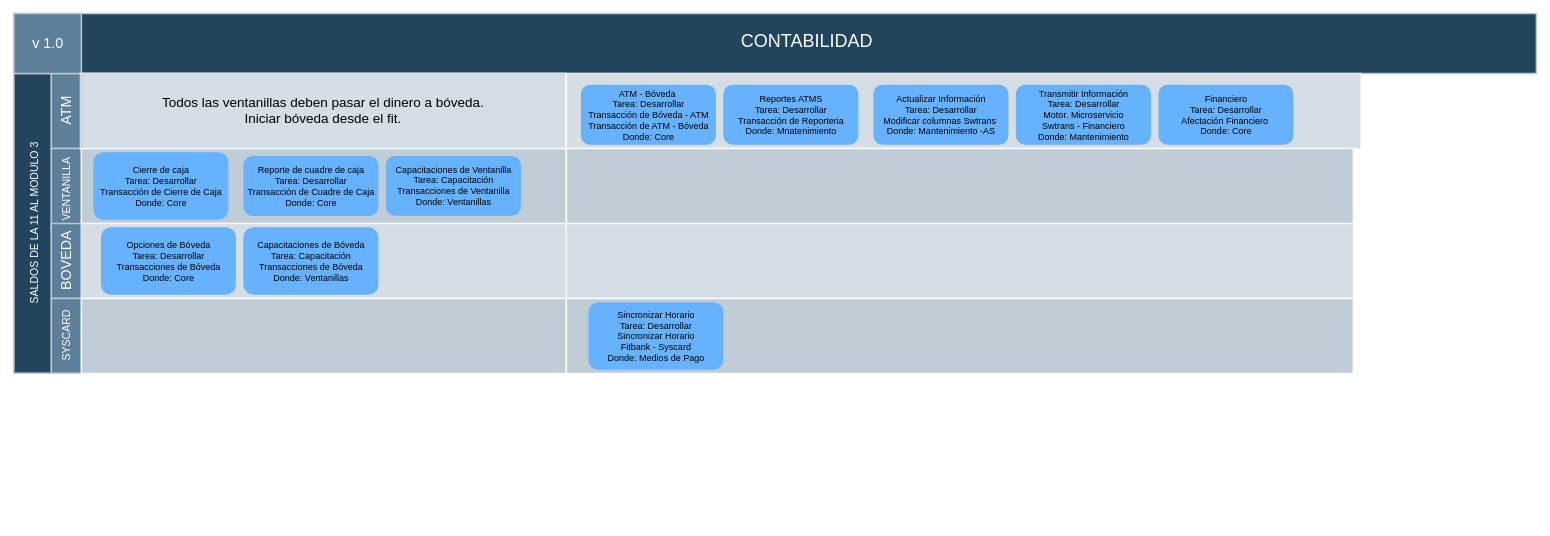
Above: page "Página-2" (2 of 4) of Flujo Contable.drawio in eddisonlazo/diagramas (draw.io), before the change. Source tidied: cells renumbered, new cells numbered last; positions are measured from the earlier drawing's top-left corner, leaving out a move shared by most shapes. Both pictures are drawn from the tidied source at 75%, with x=0, y=0 at pixel (14, 13).
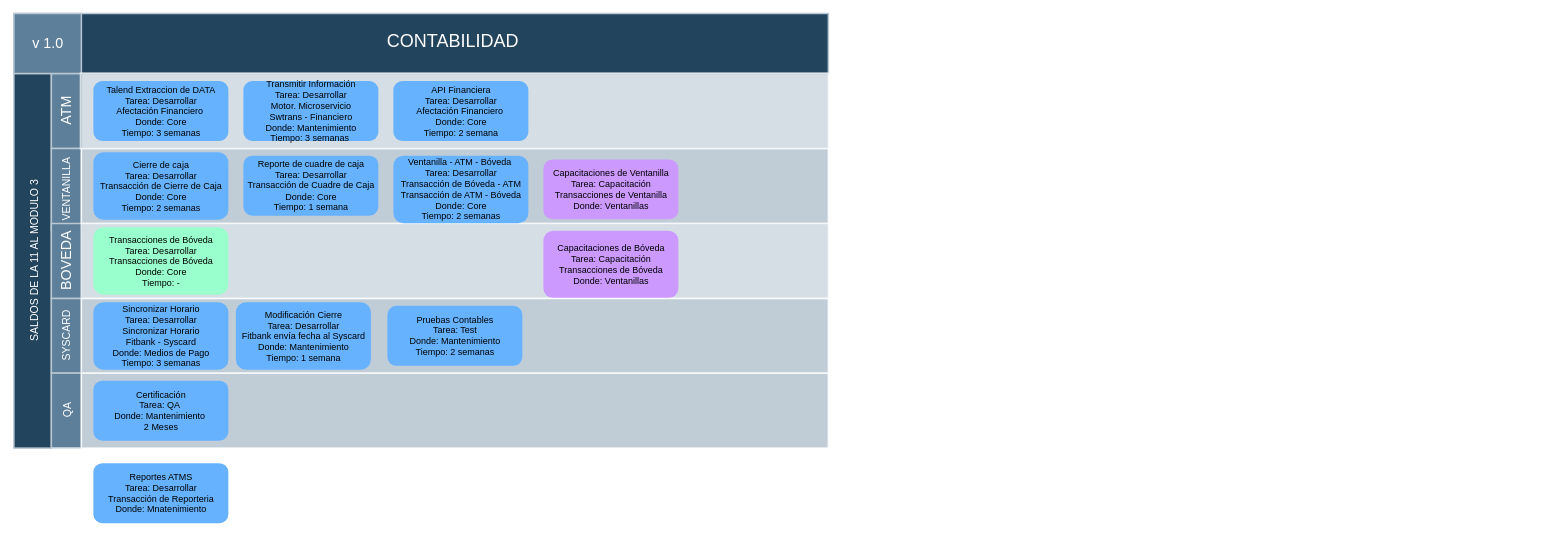
The same page after the edit.

Change to the diagram source:
```diff
@@
     <mxCell id="2" value="CONTABILIDAD" style="strokeColor=#BAC8D3;fillColor=#23445D;fontSize=24;strokeWidth=2;fontFamily=Helvetica;html=1;fontColor=#FFFFFF;fontStyle=0;spacingBottom=8;spacingRight=0;spacingLeft=83;" parent="1" vertex="1">
-      <mxGeometry y="0.5" width="2030" height="80" as="geometry" />
+      <mxGeometry y="0.5" width="1086" height="80" as="geometry" />
     </mxCell>
     <mxCell id="3" value="&lt;font style=&quot;font-size: 14px&quot;&gt;SALDOS DE LA 11 AL MODULO 3&lt;/font&gt;" style="strokeColor=#BAC8D3;fillColor=#23445D;fontSize=24;strokeWidth=2;horizontal=0;fontFamily=Helvetica;html=1;fontColor=#FFFFFF;fontStyle=0;" parent="1" vertex="1">
-      <mxGeometry y="80.5" width="50" height="399.5" as="geometry" />
+      <mxGeometry y="80.5" width="50" height="499.5" as="geometry" />
     </mxCell>
@@
     <mxCell id="8" style="strokeColor=#FFFFFF;fillColor=#BAC8D3;fontSize=18;strokeWidth=2;fontFamily=Helvetica;html=1;opacity=90;" parent="1" vertex="1">
-      <mxGeometry x="90" y="180.5" width="646.7" height="100" as="geometry" />
+      <mxGeometry x="90" y="180.5" width="996" height="100" as="geometry" />
     </mxCell>
     <mxCell id="9" style="strokeColor=#FFFFFF;fillColor=#BAC8D3;fontSize=18;strokeWidth=2;fontFamily=Helvetica;html=1;opacity=60;" parent="1" vertex="1">
-      <mxGeometry x="90" y="280.5" width="646.7" height="100" as="geometry" />
+      <mxGeometry x="90" y="280.5" width="996" height="100" as="geometry" />
     </mxCell>
-    <mxCell id="10" style="strokeColor=#FFFFFF;fillColor=#BAC8D3;fontSize=18;strokeWidth=2;fontFamily=Helvetica;html=1;opacity=60;" parent="1" vertex="1">
-      <mxGeometry x="736.7" y="80.5" width="1059.3" height="100" as="geometry" />
-    </mxCell>
-    <mxCell id="11" style="strokeColor=#FFFFFF;fillColor=#BAC8D3;fontSize=18;strokeWidth=2;fontFamily=Helvetica;html=1;opacity=90;" parent="1" vertex="1">
-      <mxGeometry x="736.7" y="180.5" width="1049.3" height="100" as="geometry" />
-    </mxCell>
-    <mxCell id="12" style="strokeColor=#FFFFFF;fillColor=#BAC8D3;fontSize=18;strokeWidth=2;fontFamily=Helvetica;html=1;opacity=60;" parent="1" vertex="1">
-      <mxGeometry x="736.7" y="280.5" width="1049.3" height="100" as="geometry" />
-    </mxCell>
-    <mxCell id="13" value="Cierre de caja&lt;br&gt;Tarea: Desarrollar &lt;br&gt;Transacción de Cierre de Caja&lt;br&gt;Donde: Core" style="rounded=1;fillColor=#66B2FF;strokeColor=none;strokeWidth=2;fontFamily=Helvetica;html=1;gradientColor=none;" parent="1" vertex="1">
+    <mxCell id="13" value="Cierre de caja&lt;br&gt;Tarea: Desarrollar &lt;br&gt;Transacción de Cierre de Caja&lt;br&gt;Donde: Core&lt;br&gt;Tiempo: 2 semanas" style="rounded=1;fillColor=#66B2FF;strokeColor=none;strokeWidth=2;fontFamily=Helvetica;html=1;gradientColor=none;" parent="1" vertex="1">
       <mxGeometry x="106" y="185.5" width="180" height="90" as="geometry" />
     </mxCell>
-    <mxCell id="14" value="Reporte de cuadre de caja&lt;br style=&quot;border-color: var(--border-color);&quot;&gt;Tarea: Desarrollar&lt;br style=&quot;border-color: var(--border-color);&quot;&gt;Transacción de Cuadre de Caja&lt;br style=&quot;border-color: var(--border-color);&quot;&gt;Donde: Core" style="rounded=1;fillColor=#66B2FF;strokeColor=none;strokeWidth=2;fontFamily=Helvetica;html=1;gradientColor=none;" parent="1" vertex="1">
-      <mxGeometry x="306" y="190.5" width="180" height="80" as="geometry" />
+    <mxCell id="14" value="Reporte de cuadre de caja&lt;br style=&quot;border-color: var(--border-color);&quot;&gt;Tarea: Desarrollar&lt;br style=&quot;border-color: var(--border-color);&quot;&gt;Transacción de Cuadre de Caja&lt;br style=&quot;border-color: var(--border-color);&quot;&gt;Donde: Core&lt;br&gt;Tiempo: 1 semana" style="rounded=1;fillColor=#66B2FF;strokeColor=none;strokeWidth=2;fontFamily=Helvetica;html=1;gradientColor=none;" parent="1" vertex="1">
+      <mxGeometry x="306" y="190" width="180" height="80" as="geometry" />
     </mxCell>
-    <mxCell id="15" value="Todos las ventanillas deben pasar el dinero a bóveda.&lt;br&gt;Iniciar bóveda desde el fit." style="strokeColor=#FFFFFF;fillColor=#BAC8D3;fontSize=18;strokeWidth=2;fontFamily=Helvetica;html=1;opacity=60;" parent="1" vertex="1">
-      <mxGeometry x="88.7" y="80" width="647" height="100.5" as="geometry" />
+    <mxCell id="15" style="strokeColor=#FFFFFF;fillColor=#BAC8D3;fontSize=18;strokeWidth=2;fontFamily=Helvetica;html=1;opacity=60;" parent="1" vertex="1">
+      <mxGeometry x="88.7" y="80" width="997.3" height="100.5" as="geometry" />
     </mxCell>
-    <mxCell id="16" value="Opciones de Bóveda&lt;br&gt;Tarea: Desarrollar &lt;br&gt;Transacciones de Bóveda&lt;br&gt;Donde: Core" style="rounded=1;fillColor=#66B2FF;strokeColor=none;strokeWidth=2;fontFamily=Helvetica;html=1;gradientColor=none;" parent="1" vertex="1">
-      <mxGeometry x="116" y="285.5" width="180" height="90" as="geometry" />
+    <mxCell id="16" value="Transacciones de Bóveda&lt;br&gt;Tarea: Desarrollar &lt;br&gt;Transacciones de Bóveda&lt;br&gt;Donde: Core&lt;br&gt;Tiempo: -" style="rounded=1;fillColor=#99FFCC;strokeColor=none;strokeWidth=2;fontFamily=Helvetica;html=1;gradientColor=none;" parent="1" vertex="1">
+      <mxGeometry x="106" y="285.5" width="180" height="90" as="geometry" />
     </mxCell>
-    <mxCell id="17" value="ATM - Bóveda&amp;nbsp;&lt;br style=&quot;border-color: var(--border-color);&quot;&gt;Tarea: Desarrollar&lt;br style=&quot;border-color: var(--border-color);&quot;&gt;Transacción de Bóveda - ATM&lt;br&gt;Transacción de ATM - Bóveda&lt;br style=&quot;border-color: var(--border-color);&quot;&gt;Donde: Core" style="rounded=1;fillColor=#66B2FF;strokeColor=none;strokeWidth=2;fontFamily=Helvetica;html=1;gradientColor=none;" parent="1" vertex="1">
-      <mxGeometry x="756" y="95.5" width="180" height="80" as="geometry" />
+    <mxCell id="17" value="Ventanilla - ATM - Bóveda&amp;nbsp;&lt;br style=&quot;border-color: var(--border-color);&quot;&gt;Tarea: Desarrollar&lt;br style=&quot;border-color: var(--border-color);&quot;&gt;Transacción de Bóveda - ATM&lt;br&gt;Transacción de ATM - Bóveda&lt;br style=&quot;border-color: var(--border-color);&quot;&gt;Donde: Core&lt;br&gt;Tiempo: 2 semanas" style="rounded=1;fillColor=#66B2FF;strokeColor=none;strokeWidth=2;fontFamily=Helvetica;html=1;gradientColor=none;" parent="1" vertex="1">
+      <mxGeometry x="506" y="190" width="180" height="90" as="geometry" />
     </mxCell>
     <mxCell id="18" value="Reportes ATMS&lt;br style=&quot;border-color: var(--border-color);&quot;&gt;Tarea: Desarrollar&lt;br style=&quot;border-color: var(--border-color);&quot;&gt;Transacción de Reporteria&lt;br style=&quot;border-color: var(--border-color);&quot;&gt;Donde: Mnatenimiento" style="rounded=1;fillColor=#66B2FF;strokeColor=none;strokeWidth=2;fontFamily=Helvetica;html=1;gradientColor=none;" parent="1" vertex="1">
-      <mxGeometry x="946" y="95.5" width="180" height="80" as="geometry" />
+      <mxGeometry x="106" y="600" width="180" height="80" as="geometry" />
     </mxCell>
-    <mxCell id="19" value="Transmitir Información&lt;br style=&quot;border-color: var(--border-color);&quot;&gt;Tarea: Desarrollar&lt;br style=&quot;border-color: var(--border-color);&quot;&gt;Motor. Microservicio &lt;br&gt;Swtrans - Financiero&lt;br style=&quot;border-color: var(--border-color);&quot;&gt;Donde: Mantenimiento" style="rounded=1;fillColor=#66B2FF;strokeColor=none;strokeWidth=2;fontFamily=Helvetica;html=1;gradientColor=none;" parent="1" vertex="1">
-      <mxGeometry x="1336" y="95.5" width="180" height="80" as="geometry" />
+    <mxCell id="19" value="Transmitir Información&lt;br style=&quot;border-color: var(--border-color);&quot;&gt;Tarea: Desarrollar&lt;br style=&quot;border-color: var(--border-color);&quot;&gt;Motor. Microservicio &lt;br&gt;Swtrans - Financiero&lt;br style=&quot;border-color: var(--border-color);&quot;&gt;Donde: Mantenimiento&lt;br&gt;Tiempo: 3 semanas&amp;nbsp;" style="rounded=1;fillColor=#66B2FF;strokeColor=none;strokeWidth=2;fontFamily=Helvetica;html=1;gradientColor=none;" parent="1" vertex="1">
+      <mxGeometry x="306" y="90.5" width="180" height="80" as="geometry" />
     </mxCell>
-    <mxCell id="20" value="Actualizar Información&lt;br style=&quot;border-color: var(--border-color);&quot;&gt;Tarea: Desarrollar&lt;br style=&quot;border-color: var(--border-color);&quot;&gt;Modificar columnas Swtrans&amp;nbsp;&lt;br style=&quot;border-color: var(--border-color);&quot;&gt;Donde: Mantenimiento -AS" style="rounded=1;fillColor=#66B2FF;strokeColor=none;strokeWidth=2;fontFamily=Helvetica;html=1;gradientColor=none;" parent="1" vertex="1">
-      <mxGeometry x="1146" y="95.5" width="180" height="80" as="geometry" />
-    </mxCell>
-    <mxCell id="21" value="Capacitaciones de Bóveda&lt;br&gt;Tarea: Capacitación&lt;br&gt;Transacciones de Bóveda&lt;br&gt;Donde: Ventanillas" style="rounded=1;fillColor=#66B2FF;strokeColor=none;strokeWidth=2;fontFamily=Helvetica;html=1;gradientColor=none;" parent="1" vertex="1">
-      <mxGeometry x="306" y="285.5" width="180" height="90" as="geometry" />
+    <mxCell id="21" value="Capacitaciones de Bóveda&lt;br&gt;Tarea: Capacitación&lt;br&gt;Transacciones de Bóveda&lt;br&gt;Donde: Ventanillas" style="rounded=1;fillColor=#CC99FF;strokeColor=none;strokeWidth=2;fontFamily=Helvetica;html=1;gradientColor=none;" parent="1" vertex="1">
+      <mxGeometry x="706" y="290" width="180" height="90" as="geometry" />
     </mxCell>
-    <mxCell id="22" value="Capacitaciones de Ventanilla&lt;br&gt;Tarea: Capacitación&lt;br&gt;Transacciones de Ventanilla&lt;br&gt;Donde: Ventanillas" style="rounded=1;fillColor=#66B2FF;strokeColor=none;strokeWidth=2;fontFamily=Helvetica;html=1;gradientColor=none;" parent="1" vertex="1">
-      <mxGeometry x="496" y="190.5" width="180" height="79.5" as="geometry" />
+    <mxCell id="22" value="Capacitaciones de Ventanilla&lt;br&gt;Tarea: Capacitación&lt;br&gt;Transacciones de Ventanilla&lt;br&gt;Donde: Ventanillas" style="rounded=1;fillColor=#CC99FF;strokeColor=none;strokeWidth=2;fontFamily=Helvetica;html=1;gradientColor=none;" parent="1" vertex="1">
+      <mxGeometry x="706" y="195.2" width="180" height="79.5" as="geometry" />
     </mxCell>
-    <mxCell id="23" value="Financiero&lt;br style=&quot;border-color: var(--border-color);&quot;&gt;Tarea: Desarrollar&lt;br style=&quot;border-color: var(--border-color);&quot;&gt;Afectación Financiero&amp;nbsp;&lt;br style=&quot;border-color: var(--border-color);&quot;&gt;Donde: Core" style="rounded=1;fillColor=#66B2FF;strokeColor=none;strokeWidth=2;fontFamily=Helvetica;html=1;gradientColor=none;" parent="1" vertex="1">
-      <mxGeometry x="1526" y="95.5" width="180" height="80" as="geometry" />
+    <mxCell id="23" value="API Financiera&lt;br style=&quot;border-color: var(--border-color);&quot;&gt;Tarea: Desarrollar&lt;br style=&quot;border-color: var(--border-color);&quot;&gt;Afectación Financiero&amp;nbsp;&lt;br style=&quot;border-color: var(--border-color);&quot;&gt;Donde: Core&lt;br&gt;Tiempo: 2 semana" style="rounded=1;fillColor=#66B2FF;strokeColor=none;strokeWidth=2;fontFamily=Helvetica;html=1;gradientColor=none;" parent="1" vertex="1">
+      <mxGeometry x="506" y="90.5" width="180" height="80" as="geometry" />
     </mxCell>
@@
     <mxCell id="25" style="strokeColor=#FFFFFF;fillColor=#BAC8D3;fontSize=18;strokeWidth=2;fontFamily=Helvetica;html=1;opacity=90;" parent="1" vertex="1">
-      <mxGeometry x="90" y="380.5" width="646.7" height="100" as="geometry" />
+      <mxGeometry x="90" y="380.5" width="996" height="100" as="geometry" />
     </mxCell>
-    <mxCell id="26" style="strokeColor=#FFFFFF;fillColor=#BAC8D3;fontSize=18;strokeWidth=2;fontFamily=Helvetica;html=1;opacity=90;" parent="1" vertex="1">
-      <mxGeometry x="736.7" y="380.5" width="1049.3" height="100" as="geometry" />
-    </mxCell>
-    <mxCell id="27" value="Sincronizar Horario&lt;br&gt;Tarea: Desarrollar&lt;br&gt;Sincronizar Horario &lt;br&gt;Fitbank - Syscard&lt;br&gt;Donde: Medios de Pago" style="rounded=1;fillColor=#66B2FF;strokeColor=none;strokeWidth=2;fontFamily=Helvetica;html=1;gradientColor=none;" parent="1" vertex="1">
-      <mxGeometry x="766" y="385.5" width="180" height="90" as="geometry" />
+    <mxCell id="27" value="Sincronizar Horario&lt;br&gt;Tarea: Desarrollar&lt;br&gt;Sincronizar Horario &lt;br&gt;Fitbank - Syscard&lt;br&gt;Donde: Medios de Pago&lt;br&gt;Tiempo: 3 semanas" style="rounded=1;fillColor=#66B2FF;strokeColor=none;strokeWidth=2;fontFamily=Helvetica;html=1;gradientColor=none;" parent="1" vertex="1">
+      <mxGeometry x="106" y="385.5" width="180" height="90" as="geometry" />
     </mxCell>
+    <mxCell id="28" value="Talend Extraccion de DATA&lt;br style=&quot;border-color: var(--border-color);&quot;&gt;Tarea: Desarrollar&lt;br style=&quot;border-color: var(--border-color);&quot;&gt;Afectación Financiero&amp;nbsp;&lt;br style=&quot;border-color: var(--border-color);&quot;&gt;Donde: Core&lt;br&gt;Tiempo: 3 semanas" style="rounded=1;fillColor=#66B2FF;strokeColor=none;strokeWidth=2;fontFamily=Helvetica;html=1;gradientColor=none;" parent="1" vertex="1">
+      <mxGeometry x="106" y="90.5" width="180" height="80" as="geometry" />
+    </mxCell>
+    <mxCell id="29" value="Modificación Cierre&lt;br&gt;Tarea: Desarrollar&lt;br&gt;Fitbank envía fecha al Syscard&lt;br&gt;Donde: Mantenimiento&lt;br&gt;Tiempo: 1 semana" style="rounded=1;fillColor=#66B2FF;strokeColor=none;strokeWidth=2;fontFamily=Helvetica;html=1;gradientColor=none;" parent="1" vertex="1">
+      <mxGeometry x="296" y="385.5" width="180" height="90" as="geometry" />
+    </mxCell>
+    <mxCell id="30" value="&lt;font style=&quot;font-size: 14px&quot;&gt;QA&lt;/font&gt;" style="strokeColor=#BAC8D3;fillColor=#5d7f99;fontSize=19;strokeWidth=2;horizontal=0;fontFamily=Helvetica;html=1;labelBackgroundColor=none;fontColor=#FFFFFF;" parent="1" vertex="1">
+      <mxGeometry x="50" y="480" width="40" height="99.5" as="geometry" />
+    </mxCell>
+    <mxCell id="31" style="strokeColor=#FFFFFF;fillColor=#BAC8D3;fontSize=18;strokeWidth=2;fontFamily=Helvetica;html=1;opacity=90;" parent="1" vertex="1">
+      <mxGeometry x="90" y="480" width="996" height="100" as="geometry" />
+    </mxCell>
+    <mxCell id="32" value="Pruebas Contables&lt;br style=&quot;border-color: var(--border-color);&quot;&gt;Tarea: Test&lt;br style=&quot;border-color: var(--border-color);&quot;&gt;Donde: Mantenimiento&lt;br&gt;Tiempo: 2 semanas" style="rounded=1;fillColor=#66B2FF;strokeColor=none;strokeWidth=2;fontFamily=Helvetica;html=1;gradientColor=none;" parent="1" vertex="1">
+      <mxGeometry x="498" y="390.2" width="180" height="80" as="geometry" />
+    </mxCell>
+    <mxCell id="33" value="Certificación&lt;br style=&quot;border-color: var(--border-color);&quot;&gt;Tarea: QA&amp;nbsp;&lt;br style=&quot;border-color: var(--border-color);&quot;&gt;Donde: Mantenimiento&amp;nbsp;&lt;br&gt;2 Meses" style="rounded=1;fillColor=#66B2FF;strokeColor=none;strokeWidth=2;fontFamily=Helvetica;html=1;gradientColor=none;" parent="1" vertex="1">
+      <mxGeometry x="106" y="490" width="180" height="80" as="geometry" />
+    </mxCell>
```
